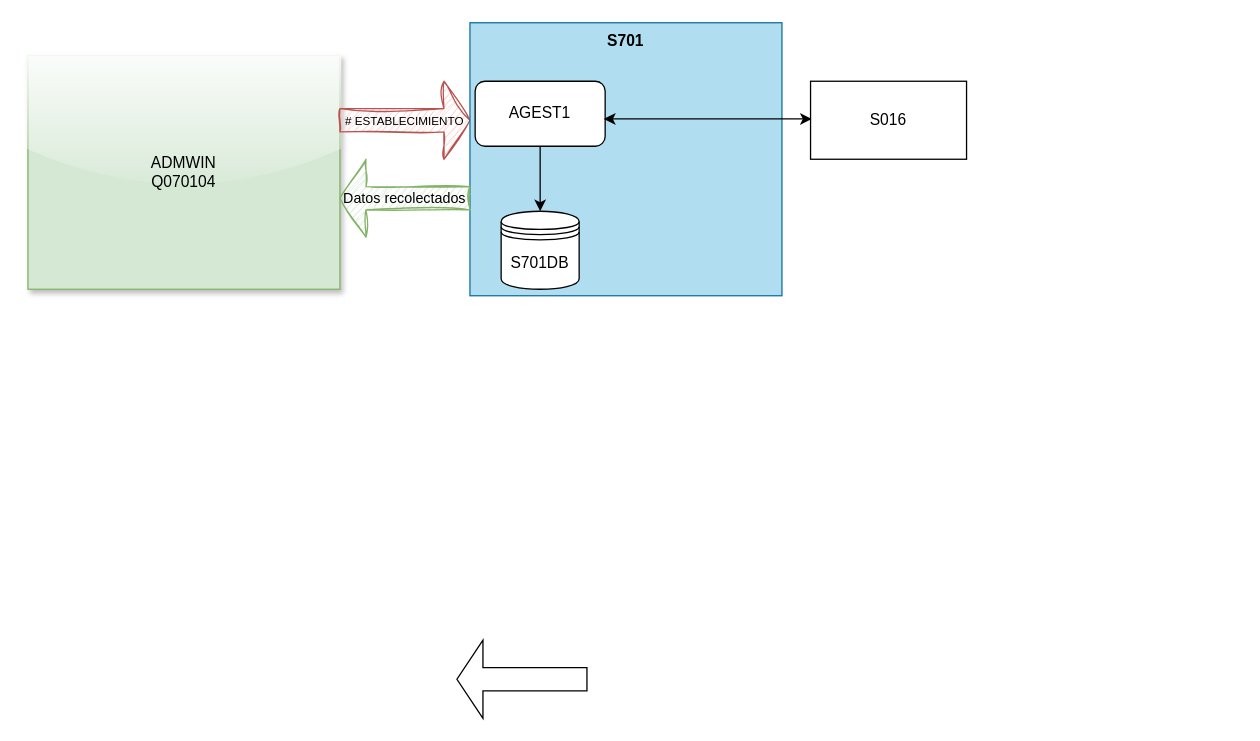
Earlier version of the draw.io diagram Diagrama sin título.drawio (Cesar-Marin/Cesar-Marin). Source tidied: cells renumbered, new cells numbered last; positions are measured from the earlier drawing's top-left corner, leaving out a move shared by most shapes. Both pictures are drawn from the tidied source at 130%, with x=0, y=0 at pixel (27, 22).
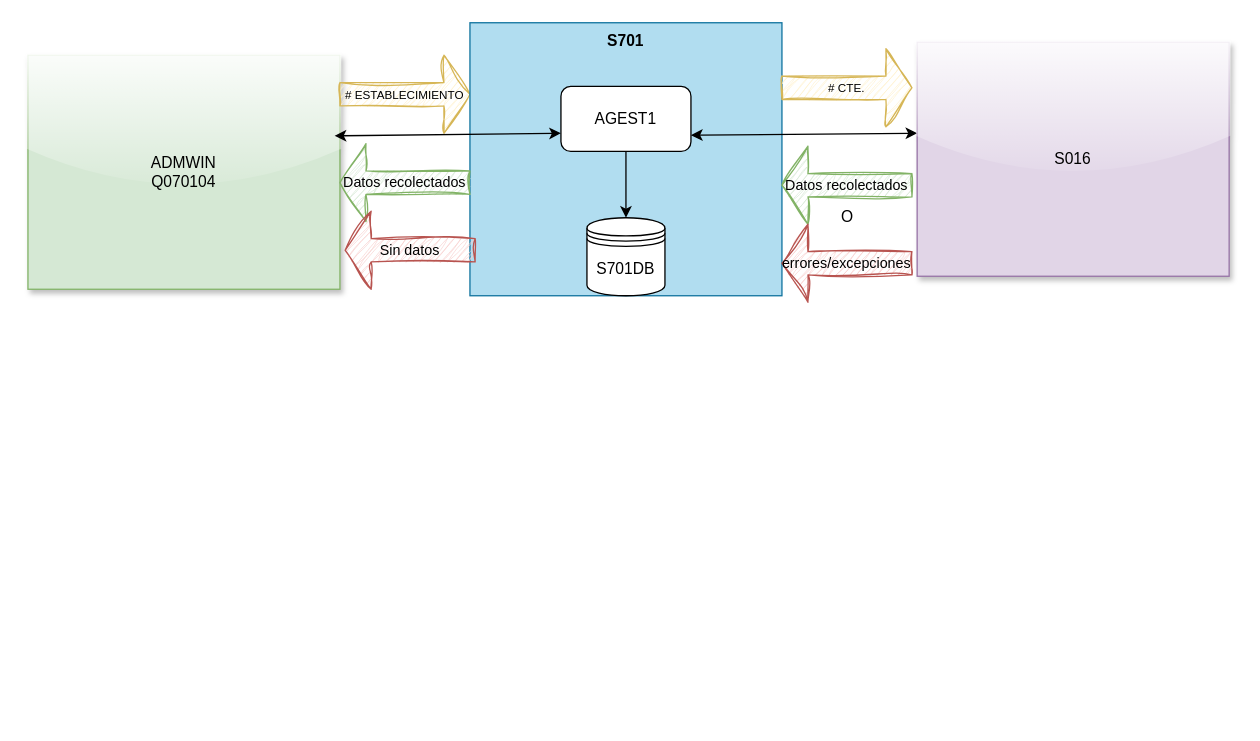
The same page after the edit.

What changed in the source:
```diff
@@
 <mxGraphModel>
   <root>
     <mxCell id="0" />
     <mxCell id="1" parent="0" />
     <mxCell id="2" value="ADMWIN&lt;br&gt;Q070104" style="whiteSpace=wrap;html=1;align=center;newEdgeStyle={&quot;edgeStyle&quot;:&quot;elbowEdgeStyle&quot;,&quot;startArrow&quot;:&quot;none&quot;,&quot;endArrow&quot;:&quot;none&quot;};fillColor=#d5e8d4;strokeColor=#82b366;shadow=1;glass=1;rounded=0;" parent="1" vertex="1">
       <mxGeometry y="25" width="240" height="180" as="geometry" />
     </mxCell>
-    <mxCell id="3" value="&lt;font style=&quot;font-size: 9px;&quot;&gt;# ESTABLECIMIENTO&lt;/font&gt;" style="shape=singleArrow;whiteSpace=wrap;html=1;fillColor=#f8cecc;strokeColor=#b85450;shadow=0;sketch=1;curveFitting=1;jiggle=2;" parent="1" vertex="1">
-      <mxGeometry x="240" y="45" width="100" height="60" as="geometry" />
+    <mxCell id="3" value="&lt;font style=&quot;font-size: 9px;&quot;&gt;# ESTABLECIMIENTO&lt;/font&gt;" style="shape=singleArrow;whiteSpace=wrap;html=1;fillColor=#fff2cc;strokeColor=#d6b656;shadow=0;sketch=1;curveFitting=1;jiggle=2;" parent="1" vertex="1">
+      <mxGeometry x="240" y="25" width="100" height="60" as="geometry" />
     </mxCell>
     <mxCell id="4" value="S701" style="whiteSpace=wrap;html=1;align=center;newEdgeStyle={&quot;edgeStyle&quot;:&quot;elbowEdgeStyle&quot;,&quot;startArrow&quot;:&quot;none&quot;,&quot;endArrow&quot;:&quot;none&quot;};fillColor=#b1ddf0;strokeColor=#10739e;shadow=0;glass=0;rounded=0;verticalAlign=top;fontStyle=1;" parent="1" vertex="1">
       <mxGeometry x="340" width="240" height="210" as="geometry" />
     </mxCell>
     <mxCell id="5" value="AGEST1" style="rounded=1;whiteSpace=wrap;html=1;" parent="1" vertex="1">
-      <mxGeometry x="344" y="45" width="100" height="50" as="geometry" />
+      <mxGeometry x="410" y="49" width="100" height="50" as="geometry" />
     </mxCell>
-    <mxCell id="6" style="endArrow=classic;startArrow=classic;html=1;rounded=0;" parent="1" edge="1">
+    <mxCell id="6" style="endArrow=classic;startArrow=classic;html=1;rounded=0;entryX=0.013;entryY=0.45;entryDx=0;entryDy=0;entryPerimeter=0;exitX=1;exitY=0.75;exitDx=0;exitDy=0;" parent="1" edge="1" source="5">
       <mxGeometry relative="1" as="geometry">
-        <mxPoint x="443" y="74" as="sourcePoint" />
-        <mxPoint x="603" y="74" as="targetPoint" />
+        <mxPoint x="684.1" y="85" as="targetPoint" />
       </mxGeometry>
     </mxCell>
-    <mxCell id="7" value="S016" style="rounded=0;whiteSpace=wrap;html=1;" parent="1" vertex="1">
-      <mxGeometry x="602" y="45" width="120" height="60" as="geometry" />
-    </mxCell>
     <mxCell id="8" value="S701DB" style="shape=datastore;whiteSpace=wrap;html=1;" parent="1" vertex="1">
-      <mxGeometry x="364" y="145" width="60" height="60" as="geometry" />
+      <mxGeometry x="430" y="150" width="60" height="60" as="geometry" />
     </mxCell>
     <mxCell id="9" style="endArrow=classic;html=1;rounded=0;exitX=0.5;exitY=1;exitDx=0;exitDy=0;entryX=0.5;entryY=0;entryDx=0;entryDy=0;" parent="1" edge="1" source="5" target="8">
       <mxGeometry relative="1" as="geometry" />
     </mxCell>
-    <mxCell id="10" style="shape=singleArrow;direction=west;whiteSpace=wrap;html=1;" parent="1" vertex="1">
-      <mxGeometry x="330" y="475" width="100" height="60" as="geometry" />
-    </mxCell>
     <mxCell id="11" value="&lt;font style=&quot;font-size: 11px;&quot;&gt;Datos recolectados&lt;/font&gt;" style="shape=singleArrow;direction=west;whiteSpace=wrap;html=1;fillColor=#d5e8d4;strokeColor=#82b366;sketch=1;curveFitting=1;jiggle=2;" parent="1" vertex="1">
-      <mxGeometry x="240" y="105" width="100" height="60" as="geometry" />
+      <mxGeometry x="240" y="93" width="100" height="60" as="geometry" />
     </mxCell>
+    <mxCell id="7" value="S016" style="whiteSpace=wrap;html=1;align=center;newEdgeStyle={&quot;edgeStyle&quot;:&quot;elbowEdgeStyle&quot;,&quot;startArrow&quot;:&quot;none&quot;,&quot;endArrow&quot;:&quot;none&quot;};fillColor=#e1d5e7;strokeColor=#9673a6;shadow=1;glass=1;rounded=0;" parent="1" vertex="1">
+      <mxGeometry x="684" y="15" width="240" height="180" as="geometry" />
+    </mxCell>
+    <mxCell id="12" value="&lt;font style=&quot;font-size: 9px;&quot;&gt;# CTE.&lt;/font&gt;" style="shape=singleArrow;whiteSpace=wrap;html=1;fillColor=#fff2cc;strokeColor=#d6b656;shadow=0;sketch=1;curveFitting=1;jiggle=2;" parent="1" vertex="1">
+      <mxGeometry x="580" y="20" width="100" height="60" as="geometry" />
+    </mxCell>
+    <mxCell id="13" value="&lt;font style=&quot;font-size: 11px;&quot;&gt;Datos recolectados&lt;/font&gt;" style="shape=singleArrow;direction=west;whiteSpace=wrap;html=1;fillColor=#d5e8d4;strokeColor=#82b366;sketch=1;curveFitting=1;jiggle=2;" parent="1" vertex="1">
+      <mxGeometry x="580" y="95" width="100" height="60" as="geometry" />
+    </mxCell>
+    <mxCell id="14" value="O" style="text;html=1;align=center;verticalAlign=middle;strokeColor=none;fillColor=none;" parent="1" vertex="1">
+      <mxGeometry x="615" y="135" width="30" height="30" as="geometry" />
+    </mxCell>
+    <mxCell id="15" value="&lt;font style=&quot;font-size: 11px;&quot;&gt;errores/excepciones&lt;/font&gt;" style="shape=singleArrow;direction=west;whiteSpace=wrap;html=1;fillColor=#f8cecc;strokeColor=#b85450;sketch=1;curveFitting=1;jiggle=2;" parent="1" vertex="1">
+      <mxGeometry x="580" y="155" width="100" height="60" as="geometry" />
+    </mxCell>
+    <mxCell id="16" value="&lt;span style=&quot;font-size: 11px;&quot;&gt;Sin datos&lt;br&gt;&lt;/span&gt;" style="shape=singleArrow;direction=west;whiteSpace=wrap;html=1;fillColor=#f8cecc;strokeColor=#b85450;sketch=1;curveFitting=1;jiggle=2;" parent="1" vertex="1">
+      <mxGeometry x="244" y="145" width="100" height="60" as="geometry" />
+    </mxCell>
+    <mxCell id="17" style="endArrow=classic;startArrow=classic;html=1;rounded=0;entryX=0.013;entryY=0.45;entryDx=0;entryDy=0;entryPerimeter=0;exitX=1;exitY=0.75;exitDx=0;exitDy=0;" parent="1" edge="1">
+      <mxGeometry relative="1" as="geometry">
+        <mxPoint x="235.9" y="87" as="sourcePoint" />
+        <mxPoint x="410" y="85" as="targetPoint" />
+      </mxGeometry>
+    </mxCell>
   </root>
 </mxGraphModel>
```
